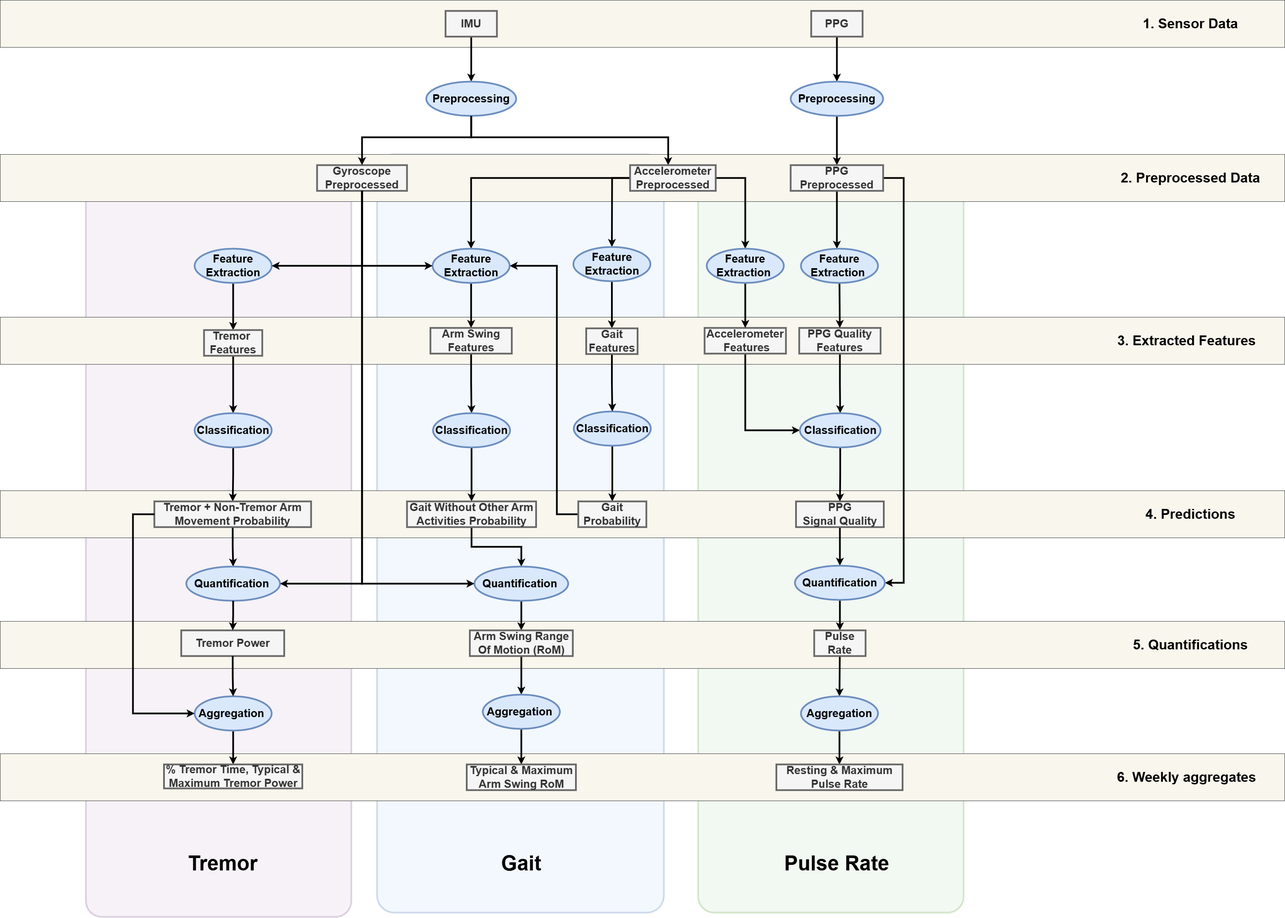
Above: docs/source/_static/img/pipeline-architecture.png in biomarkersParkinson/paradigma (draw.io), before the change. Source tidied: cells renumbered, new cells last; positions are measured from the earlier drawing's top-left corner, leaving out a move shared by most shapes.
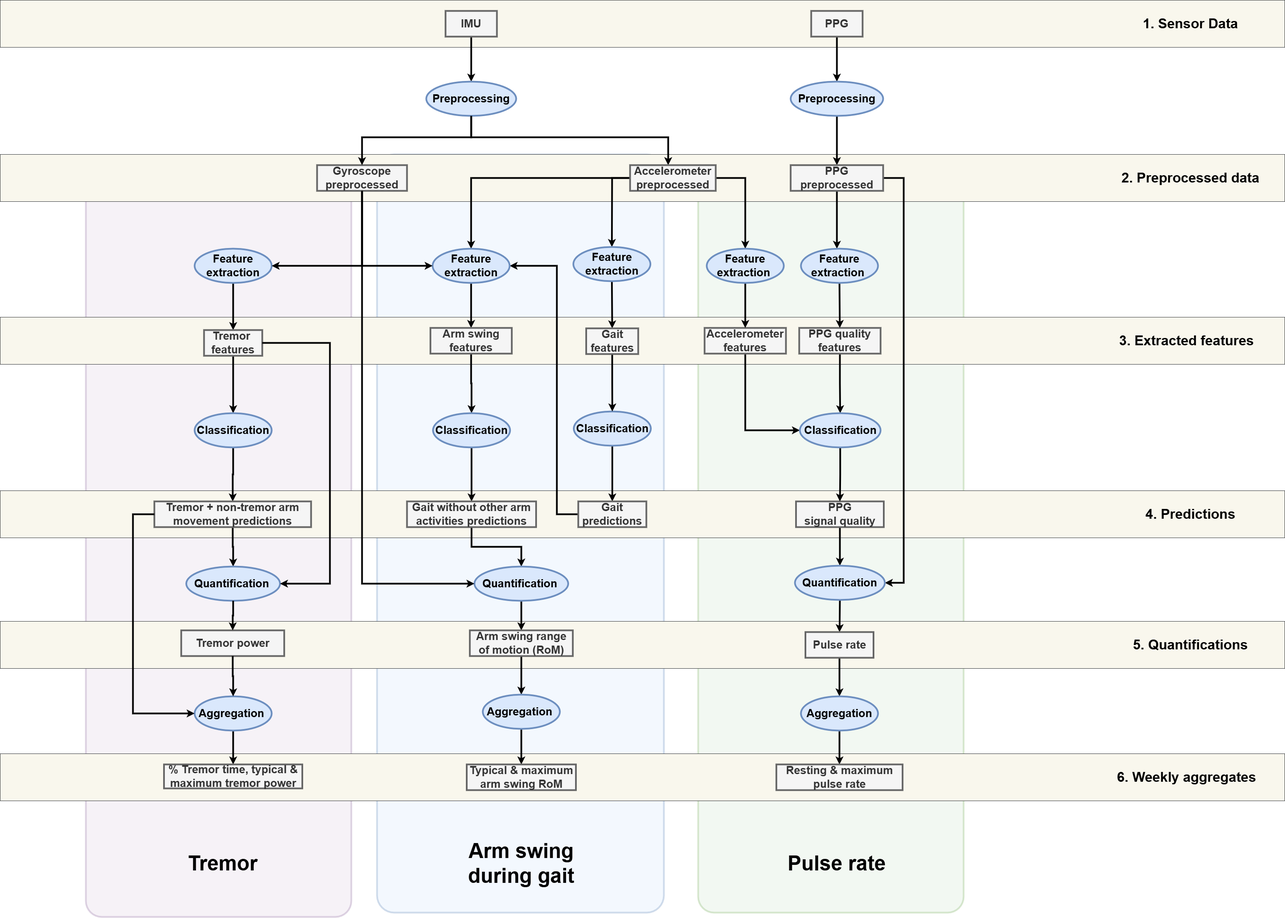
The same file after the commit.

Commit message:
Remove capitalization and rename gait to arm swing during gait (#186)

* Remove capitalization and rename gait to arm swing during gait

* Change probability to predictions and update arrows in tremor pipeline

* Change probability to predictions and update arrows in tremor pipeline

---------

Diff of the diagram source:
```diff
@@ -73,3 +73,3 @@
     </mxCell>
-    <mxCell id="22" value="Accelerometer&lt;br&gt;Preprocessed" style="rounded=0;whiteSpace=wrap;html=1;fontSize=26;fillColor=#f5f5f5;strokeColor=#666666;fontColor=#333333;fontStyle=1;strokeWidth=4;" parent="1" vertex="1">
+    <mxCell id="22" value="Accelerometer&lt;br&gt;preprocessed" style="rounded=0;whiteSpace=wrap;html=1;fontSize=26;fillColor=#f5f5f5;strokeColor=#666666;fontColor=#333333;fontStyle=1;strokeWidth=4;" parent="1" vertex="1">
       <mxGeometry x="1471" y="385" width="200" height="60" as="geometry" />
@@ -91,3 +91,3 @@
     </mxCell>
-    <mxCell id="25" value="PPG&lt;br&gt;Preprocessed" style="rounded=0;whiteSpace=wrap;html=1;fontSize=26;fillColor=#f5f5f5;fontColor=#333333;strokeColor=#666666;fontStyle=1;strokeWidth=4;" parent="1" vertex="1">
+    <mxCell id="25" value="PPG&lt;br&gt;preprocessed" style="rounded=0;whiteSpace=wrap;html=1;fontSize=26;fillColor=#f5f5f5;fontColor=#333333;strokeColor=#666666;fontStyle=1;strokeWidth=4;" parent="1" vertex="1">
       <mxGeometry x="1846" y="385" width="216" height="60" as="geometry" />
@@ -101,3 +101,3 @@
     </mxCell>
-    <mxCell id="27" value="PPG&lt;br&gt;Signal Quality" style="rounded=0;whiteSpace=wrap;html=1;fontSize=26;fillColor=#f5f5f5;strokeColor=#666666;fontStyle=1;strokeWidth=4;fontColor=#333333;" parent="1" vertex="1">
+    <mxCell id="27" value="PPG&lt;br&gt;signal quality" style="rounded=0;whiteSpace=wrap;html=1;fontSize=26;fillColor=#f5f5f5;strokeColor=#666666;fontStyle=1;strokeWidth=4;fontColor=#333333;" parent="1" vertex="1">
       <mxGeometry x="1858.5" y="1170" width="205" height="60" as="geometry" />
@@ -119,3 +119,3 @@
     </mxCell>
-    <mxCell id="33" value="Resting &amp;amp; Maximum Pulse Rate" style="rounded=0;whiteSpace=wrap;html=1;fontSize=26;fillColor=#f5f5f5;strokeColor=#666666;fontStyle=1;strokeWidth=4;fontColor=#333333;" parent="1" vertex="1">
+    <mxCell id="33" value="Resting &amp;amp; maximum pulse rate" style="rounded=0;whiteSpace=wrap;html=1;fontSize=26;fillColor=#f5f5f5;strokeColor=#666666;fontStyle=1;strokeWidth=4;fontColor=#333333;" parent="1" vertex="1">
       <mxGeometry x="1812.6" y="1784" width="294.8" height="60" as="geometry" />
@@ -136,3 +136,3 @@
     </mxCell>
-    <mxCell id="37" value="Gait &lt;br&gt;Probability" style="rounded=0;whiteSpace=wrap;html=1;fontSize=26;fillColor=#f5f5f5;strokeColor=#666666;fontStyle=1;strokeWidth=4;fontColor=#333333;" parent="1" vertex="1">
+    <mxCell id="37" value="Gait &lt;br&gt;predictions" style="rounded=0;whiteSpace=wrap;html=1;fontSize=26;fillColor=#f5f5f5;strokeColor=#666666;fontStyle=1;strokeWidth=4;fontColor=#333333;" parent="1" vertex="1">
       <mxGeometry x="1350" y="1170" width="159" height="60" as="geometry" />
@@ -142,3 +142,3 @@
     </mxCell>
-    <mxCell id="39" value="Feature Extraction" style="ellipse;whiteSpace=wrap;html=1;fontSize=26;fontStyle=1;strokeWidth=4;fillColor=#dae8fc;strokeColor=#6c8ebf;" parent="1" vertex="1">
+    <mxCell id="39" value="Feature extraction" style="ellipse;whiteSpace=wrap;html=1;fontSize=26;fontStyle=1;strokeWidth=4;fillColor=#dae8fc;strokeColor=#6c8ebf;" parent="1" vertex="1">
       <mxGeometry x="1338.5" y="576" width="180" height="80" as="geometry" />
@@ -148,3 +148,3 @@
     </mxCell>
-    <mxCell id="41" value="PPG Quality Features" style="rounded=0;whiteSpace=wrap;html=1;fontSize=26;fillColor=#f5f5f5;strokeColor=#666666;fontColor=#333333;fontStyle=1;strokeWidth=4;" parent="1" vertex="1">
+    <mxCell id="41" value="PPG quality features" style="rounded=0;whiteSpace=wrap;html=1;fontSize=26;fillColor=#f5f5f5;strokeColor=#666666;fontColor=#333333;fontStyle=1;strokeWidth=4;" parent="1" vertex="1">
       <mxGeometry x="1866" y="765" width="190" height="60" as="geometry" />
@@ -154,3 +154,3 @@
     </mxCell>
-    <mxCell id="43" value="Feature Extraction&amp;nbsp;" style="ellipse;whiteSpace=wrap;html=1;fontSize=26;fontStyle=1;strokeWidth=4;fillColor=#dae8fc;strokeColor=#6c8ebf;" parent="1" vertex="1">
+    <mxCell id="43" value="Feature extraction&amp;nbsp;" style="ellipse;whiteSpace=wrap;html=1;fontSize=26;fontStyle=1;strokeWidth=4;fillColor=#dae8fc;strokeColor=#6c8ebf;" parent="1" vertex="1">
       <mxGeometry x="1870" y="580" width="180" height="80" as="geometry" />
@@ -164,3 +164,3 @@
     </mxCell>
-    <mxCell id="45" value="Accelerometer&lt;div&gt;&amp;nbsp;Features&lt;/div&gt;" style="rounded=0;whiteSpace=wrap;html=1;fontSize=26;fillColor=#f5f5f5;strokeColor=#666666;fontColor=#333333;fontStyle=1;strokeWidth=4;" parent="1" vertex="1">
+    <mxCell id="45" value="Accelerometer&lt;div&gt;features&lt;/div&gt;" style="rounded=0;whiteSpace=wrap;html=1;fontSize=26;fillColor=#f5f5f5;strokeColor=#666666;fontColor=#333333;fontStyle=1;strokeWidth=4;" parent="1" vertex="1">
       <mxGeometry x="1645" y="765" width="190" height="60" as="geometry" />
@@ -170,3 +170,3 @@
     </mxCell>
-    <mxCell id="47" value="Feature Extraction&amp;nbsp;" style="ellipse;whiteSpace=wrap;html=1;fontSize=26;fontStyle=1;strokeWidth=4;fillColor=#dae8fc;strokeColor=#6c8ebf;" parent="1" vertex="1">
+    <mxCell id="47" value="Feature extraction&amp;nbsp;" style="ellipse;whiteSpace=wrap;html=1;fontSize=26;fontStyle=1;strokeWidth=4;fillColor=#dae8fc;strokeColor=#6c8ebf;" parent="1" vertex="1">
       <mxGeometry x="1650" y="580" width="180" height="80" as="geometry" />
@@ -176,3 +176,3 @@
     </mxCell>
-    <mxCell id="49" value="Feature Extraction" style="ellipse;whiteSpace=wrap;html=1;fontSize=26;fontStyle=1;strokeWidth=4;fillColor=#dae8fc;strokeColor=#6c8ebf;" parent="1" vertex="1">
+    <mxCell id="49" value="Feature extraction" style="ellipse;whiteSpace=wrap;html=1;fontSize=26;fontStyle=1;strokeWidth=4;fillColor=#dae8fc;strokeColor=#6c8ebf;" parent="1" vertex="1">
       <mxGeometry x="1009.8" y="580" width="180" height="80" as="geometry" />
@@ -182,3 +182,3 @@
     </mxCell>
-    <mxCell id="51" value="Arm Swing Features" style="rounded=0;whiteSpace=wrap;html=1;fontSize=26;fillColor=#f5f5f5;strokeColor=#666666;fontStyle=1;strokeWidth=4;fontColor=#333333;" parent="1" vertex="1">
+    <mxCell id="51" value="Arm swing features" style="rounded=0;whiteSpace=wrap;html=1;fontSize=26;fillColor=#f5f5f5;strokeColor=#666666;fontStyle=1;strokeWidth=4;fontColor=#333333;" parent="1" vertex="1">
       <mxGeometry x="1004.8" y="765" width="190" height="60" as="geometry" />
@@ -194,3 +194,3 @@
     </mxCell>
-    <mxCell id="55" value="Gait Without Other Arm Activities Probability" style="rounded=0;whiteSpace=wrap;html=1;fontSize=26;fillColor=#f5f5f5;strokeColor=#666666;fontStyle=1;strokeWidth=4;fontColor=#333333;" parent="1" vertex="1">
+    <mxCell id="55" value="Gait without other arm activities predictions" style="rounded=0;whiteSpace=wrap;html=1;fontSize=26;fillColor=#f5f5f5;strokeColor=#666666;fontStyle=1;strokeWidth=4;fontColor=#333333;" parent="1" vertex="1">
       <mxGeometry x="950" y="1170" width="301.5" height="60" as="geometry" />
@@ -206,3 +206,3 @@
     </mxCell>
-    <mxCell id="59" value="Arm Swing Range Of Motion (RoM)" style="rounded=0;whiteSpace=wrap;html=1;fontSize=26;fillColor=#f5f5f5;strokeColor=#666666;fontStyle=1;strokeWidth=4;fontColor=#333333;" parent="1" vertex="1">
+    <mxCell id="59" value="Arm swing range of motion (RoM)" style="rounded=0;whiteSpace=wrap;html=1;fontSize=26;fillColor=#f5f5f5;strokeColor=#666666;fontStyle=1;strokeWidth=4;fontColor=#333333;" parent="1" vertex="1">
       <mxGeometry x="1096.8" y="1471" width="240.5" height="60" as="geometry" />
@@ -215,7 +215,7 @@
     </mxCell>
-    <mxCell id="62" value="Typical &amp;amp; Maximum Arm Swing RoM" style="rounded=0;whiteSpace=wrap;html=1;fontSize=26;fillColor=#f5f5f5;strokeColor=#666666;fontStyle=1;strokeWidth=4;fontColor=#333333;" parent="1" vertex="1">
+    <mxCell id="62" value="Typical &amp;amp; maximum arm swing RoM" style="rounded=0;whiteSpace=wrap;html=1;fontSize=26;fillColor=#f5f5f5;strokeColor=#666666;fontStyle=1;strokeWidth=4;fontColor=#333333;" parent="1" vertex="1">
       <mxGeometry x="1089.5" y="1784" width="255" height="60" as="geometry" />
     </mxCell>
-    <mxCell id="63" value="Pulse Rate" style="rounded=0;whiteSpace=wrap;html=1;fontSize=26;fillColor=#f5f5f5;strokeColor=#666666;fontStyle=1;strokeWidth=4;fontColor=#333333;" parent="1" vertex="1">
-      <mxGeometry x="1901" y="1471" width="120" height="60" as="geometry" />
+    <mxCell id="63" value="Pulse rate" style="rounded=0;whiteSpace=wrap;html=1;fontSize=26;fillColor=#f5f5f5;strokeColor=#666666;fontStyle=1;strokeWidth=4;fontColor=#333333;" parent="1" vertex="1">
+      <mxGeometry x="1880.5" y="1475" width="159" height="60" as="geometry" />
     </mxCell>
@@ -227,3 +227,3 @@
     </mxCell>
-    <mxCell id="66" value="Gyroscope&lt;br&gt;Preprocessed" style="rounded=0;whiteSpace=wrap;html=1;fontSize=26;fillColor=#f5f5f5;strokeColor=#666666;fontColor=#333333;fontStyle=1;strokeWidth=4;" parent="1" vertex="1">
+    <mxCell id="66" value="Gyroscope&lt;br&gt;preprocessed" style="rounded=0;whiteSpace=wrap;html=1;fontSize=26;fillColor=#f5f5f5;strokeColor=#666666;fontColor=#333333;fontStyle=1;strokeWidth=4;" parent="1" vertex="1">
       <mxGeometry x="740" y="385" width="210" height="60" as="geometry" />
@@ -233,3 +233,3 @@
     </mxCell>
-    <mxCell id="68" value="Feature Extraction" style="ellipse;whiteSpace=wrap;html=1;fontSize=26;fontStyle=1;strokeWidth=4;fillColor=#dae8fc;strokeColor=#6c8ebf;" parent="1" vertex="1">
+    <mxCell id="68" value="Feature extraction" style="ellipse;whiteSpace=wrap;html=1;fontSize=26;fontStyle=1;strokeWidth=4;fillColor=#dae8fc;strokeColor=#6c8ebf;" parent="1" vertex="1">
       <mxGeometry x="454" y="580" width="180" height="80" as="geometry" />
@@ -247,3 +247,3 @@
     </mxCell>
-    <mxCell id="71" value="Tremor&amp;nbsp;&lt;div&gt;Features&lt;/div&gt;" style="rounded=0;whiteSpace=wrap;html=1;fontSize=26;fillColor=#f5f5f5;strokeColor=#666666;fontStyle=1;strokeWidth=4;fontColor=#333333;" parent="1" vertex="1">
+    <mxCell id="71" value="Tremor&amp;nbsp;&lt;div&gt;features&lt;/div&gt;" style="rounded=0;whiteSpace=wrap;html=1;fontSize=26;fillColor=#f5f5f5;strokeColor=#666666;fontStyle=1;strokeWidth=4;fontColor=#333333;" parent="1" vertex="1">
       <mxGeometry x="476" y="770" width="136" height="60" as="geometry" />
@@ -253,4 +253,4 @@
     </mxCell>
-    <mxCell id="73" value="Gait &lt;br&gt;Features" style="rounded=0;whiteSpace=wrap;html=1;fontSize=26;fillColor=#f5f5f5;strokeColor=#666666;fontStyle=1;strokeWidth=4;fontColor=#333333;" parent="1" vertex="1">
-      <mxGeometry x="1368.5" y="766" width="120" height="60" as="geometry" />
+    <mxCell id="73" value="Gait &lt;br&gt;features" style="rounded=0;whiteSpace=wrap;html=1;fontSize=26;fillColor=#f5f5f5;strokeColor=#666666;fontStyle=1;strokeWidth=4;fontColor=#333333;" parent="1" vertex="1">
+      <mxGeometry x="1368.5" y="766" width="121.5" height="60" as="geometry" />
     </mxCell>
@@ -265,3 +265,3 @@
     </mxCell>
-    <mxCell id="77" value="Tremor + Non-Tremor Arm Movement Probability" style="rounded=0;whiteSpace=wrap;html=1;fontSize=26;fillColor=#f5f5f5;strokeColor=#666666;fontStyle=1;strokeWidth=4;fontColor=#333333;" parent="1" vertex="1">
+    <mxCell id="77" value="Tremor + non-tremor arm movement predictions" style="rounded=0;whiteSpace=wrap;html=1;fontSize=26;fillColor=#f5f5f5;strokeColor=#666666;fontStyle=1;strokeWidth=4;fontColor=#333333;" parent="1" vertex="1">
       <mxGeometry x="360" y="1170" width="366" height="60" as="geometry" />
@@ -274,3 +274,3 @@
     </mxCell>
-    <mxCell id="80" value="% Tremor Time, Typical &amp;amp; Maximum Tremor Power" style="rounded=0;whiteSpace=wrap;html=1;fontSize=26;fillColor=#f5f5f5;strokeColor=#666666;fontStyle=1;strokeWidth=4;fontColor=#333333;" parent="1" vertex="1">
+    <mxCell id="80" value="% Tremor time, typical &amp;amp; maximum tremor power" style="rounded=0;whiteSpace=wrap;html=1;fontSize=26;fillColor=#f5f5f5;strokeColor=#666666;fontStyle=1;strokeWidth=4;fontColor=#333333;" parent="1" vertex="1">
       <mxGeometry x="382.5" y="1784" width="323" height="56" as="geometry" />
@@ -280,6 +280,6 @@
     </mxCell>
-    <mxCell id="82" value="&lt;font style=&quot;font-size: 48px;&quot;&gt;&lt;span&gt;Gait&lt;/span&gt;&lt;/font&gt;" style="text;html=1;strokeColor=none;fillColor=none;align=center;verticalAlign=middle;whiteSpace=wrap;rounded=0;fontStyle=1;strokeWidth=4;" parent="1" vertex="1">
+    <mxCell id="82" value="&lt;font style=&quot;font-size: 48px;&quot;&gt;&lt;span&gt;Arm swing during gait&lt;/span&gt;&lt;/font&gt;" style="text;html=1;strokeColor=none;fillColor=none;align=center;verticalAlign=middle;whiteSpace=wrap;rounded=0;fontStyle=1;strokeWidth=4;" parent="1" vertex="1">
       <mxGeometry x="1087" y="1970" width="260" height="90" as="geometry" />
     </mxCell>
-    <mxCell id="83" value="&lt;font style=&quot;font-size: 48px;&quot;&gt;&lt;span&gt;Pulse Rate&lt;/span&gt;&lt;/font&gt;" style="text;html=1;strokeColor=none;fillColor=none;align=center;verticalAlign=middle;whiteSpace=wrap;rounded=0;fontStyle=1;strokeWidth=4;" parent="1" vertex="1">
+    <mxCell id="83" value="&lt;font style=&quot;font-size: 48px;&quot;&gt;&lt;span&gt;Pulse rate&lt;/span&gt;&lt;/font&gt;" style="text;html=1;strokeColor=none;fillColor=none;align=center;verticalAlign=middle;whiteSpace=wrap;rounded=0;fontStyle=1;strokeWidth=4;" parent="1" vertex="1">
       <mxGeometry x="1699" y="1970" width="510" height="90" as="geometry" />
@@ -289,6 +289,6 @@
     </mxCell>
-    <mxCell id="85" value="&lt;span style=&quot;font-size: 32px;&quot;&gt;&lt;span style=&quot;font-size: 32px;&quot;&gt;2. Preprocessed Data&lt;br style=&quot;font-size: 32px;&quot;&gt;&lt;/span&gt;&lt;/span&gt;" style="text;html=1;strokeColor=none;fillColor=none;align=center;verticalAlign=middle;whiteSpace=wrap;rounded=0;fontSize=32;fontStyle=1;strokeWidth=4;" parent="1" vertex="1">
+    <mxCell id="85" value="&lt;span style=&quot;font-size: 32px;&quot;&gt;&lt;span style=&quot;font-size: 32px;&quot;&gt;2. Preprocessed data&lt;br style=&quot;font-size: 32px;&quot;&gt;&lt;/span&gt;&lt;/span&gt;" style="text;html=1;strokeColor=none;fillColor=none;align=center;verticalAlign=middle;whiteSpace=wrap;rounded=0;fontSize=32;fontStyle=1;strokeWidth=4;" parent="1" vertex="1">
       <mxGeometry x="2600" y="370" width="360" height="90" as="geometry" />
     </mxCell>
-    <mxCell id="86" value="&lt;span style=&quot;font-size: 32px;&quot;&gt;&lt;span style=&quot;font-size: 32px;&quot;&gt;3. Extracted Features&lt;br style=&quot;font-size: 32px;&quot;&gt;&lt;/span&gt;&lt;/span&gt;" style="text;html=1;strokeColor=none;fillColor=none;align=center;verticalAlign=middle;whiteSpace=wrap;rounded=0;fontSize=32;fontStyle=1;strokeWidth=4;" parent="1" vertex="1">
+    <mxCell id="86" value="&lt;span style=&quot;font-size: 32px;&quot;&gt;&lt;span style=&quot;font-size: 32px;&quot;&gt;3. Extracted features&lt;br style=&quot;font-size: 32px;&quot;&gt;&lt;/span&gt;&lt;/span&gt;" style="text;html=1;strokeColor=none;fillColor=none;align=center;verticalAlign=middle;whiteSpace=wrap;rounded=0;fontSize=32;fontStyle=1;strokeWidth=4;" parent="1" vertex="1">
       <mxGeometry x="2591" y="750" width="360" height="90" as="geometry" />
@@ -310,3 +310,3 @@
     </mxCell>
-    <mxCell id="92" value="Tremor Power" style="rounded=0;whiteSpace=wrap;html=1;fontSize=26;fillColor=#f5f5f5;strokeColor=#666666;fontStyle=1;strokeWidth=4;fontColor=#333333;" parent="1" vertex="1">
+    <mxCell id="92" value="Tremor power" style="rounded=0;whiteSpace=wrap;html=1;fontSize=26;fillColor=#f5f5f5;strokeColor=#666666;fontStyle=1;strokeWidth=4;fontColor=#333333;" parent="1" vertex="1">
       <mxGeometry x="422.8" y="1471" width="240.5" height="60" as="geometry" />
@@ -322,4 +322,9 @@
     </mxCell>
-    <mxCell id="96" style="edgeStyle=orthogonalEdgeStyle;rounded=0;jettySize=auto;html=1;strokeWidth=4;fontStyle=1;entryX=1;entryY=0.5;entryDx=0;entryDy=0;exitX=0.5;exitY=1;exitDx=0;exitDy=0;" parent="1" edge="1" source="66" target="94">
-      <mxGeometry relative="1" as="geometry" />
+    <mxCell id="96" style="edgeStyle=orthogonalEdgeStyle;rounded=0;jettySize=auto;html=1;strokeWidth=4;fontStyle=1;entryX=1;entryY=0.5;entryDx=0;entryDy=0;exitX=1;exitY=0.5;exitDx=0;exitDy=0;" parent="1" edge="1" source="71" target="94">
+      <mxGeometry relative="1" as="geometry">
+        <Array as="points">
+          <mxPoint x="770" y="800" />
+          <mxPoint x="770" y="1362" />
+        </Array>
+      </mxGeometry>
     </mxCell>
```
